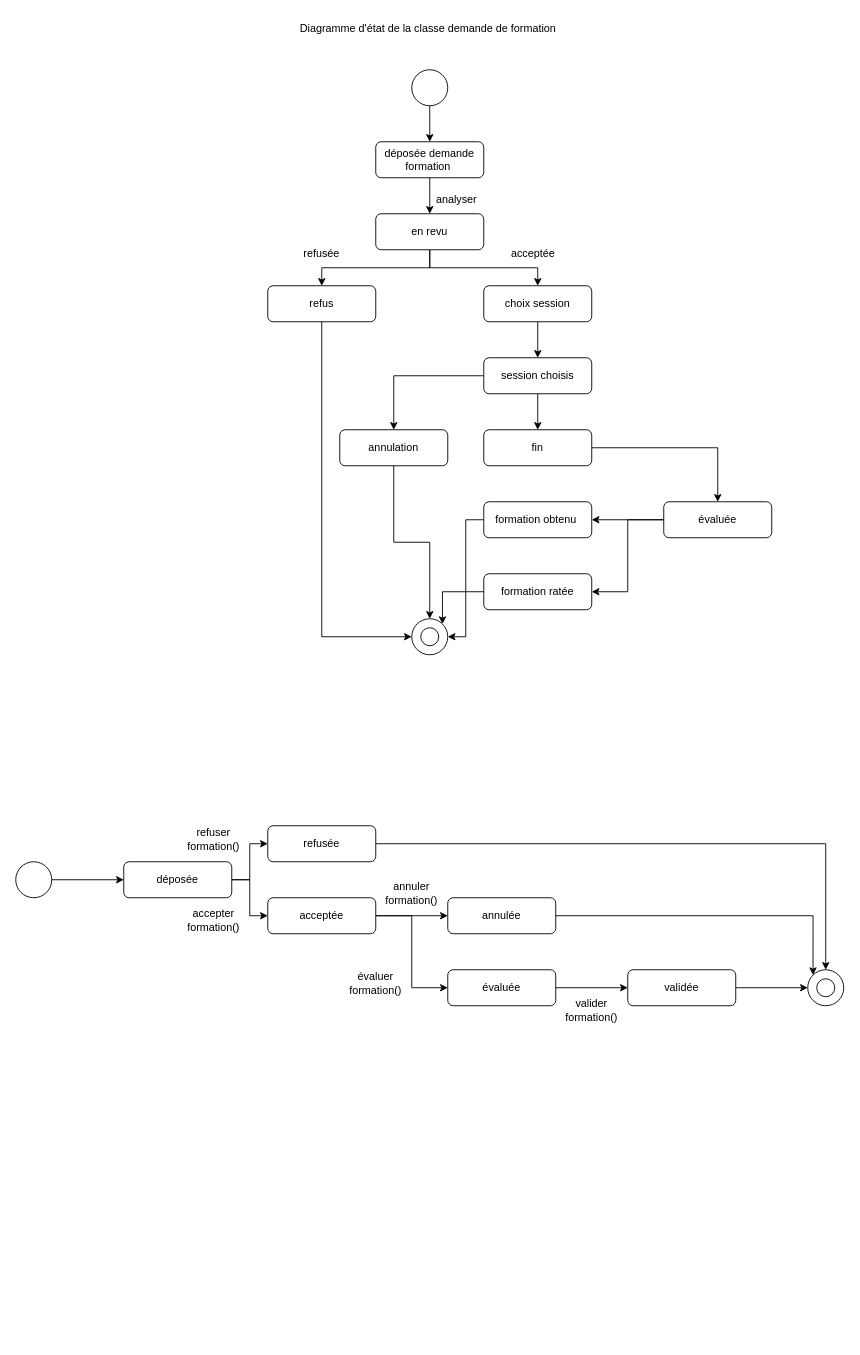
The draw.io diagram TD2/Exercice.II.4.3_Question_2.drawio in AlexisCou/Analyse, before the edit. Source tidied: cells renumbered, new cells numbered last; positions are measured from the earlier drawing's top-left corner, leaving out a move shared by most shapes. Both pictures are drawn from the tidied source at 90%, with x=0, y=0 at pixel (15, 15).
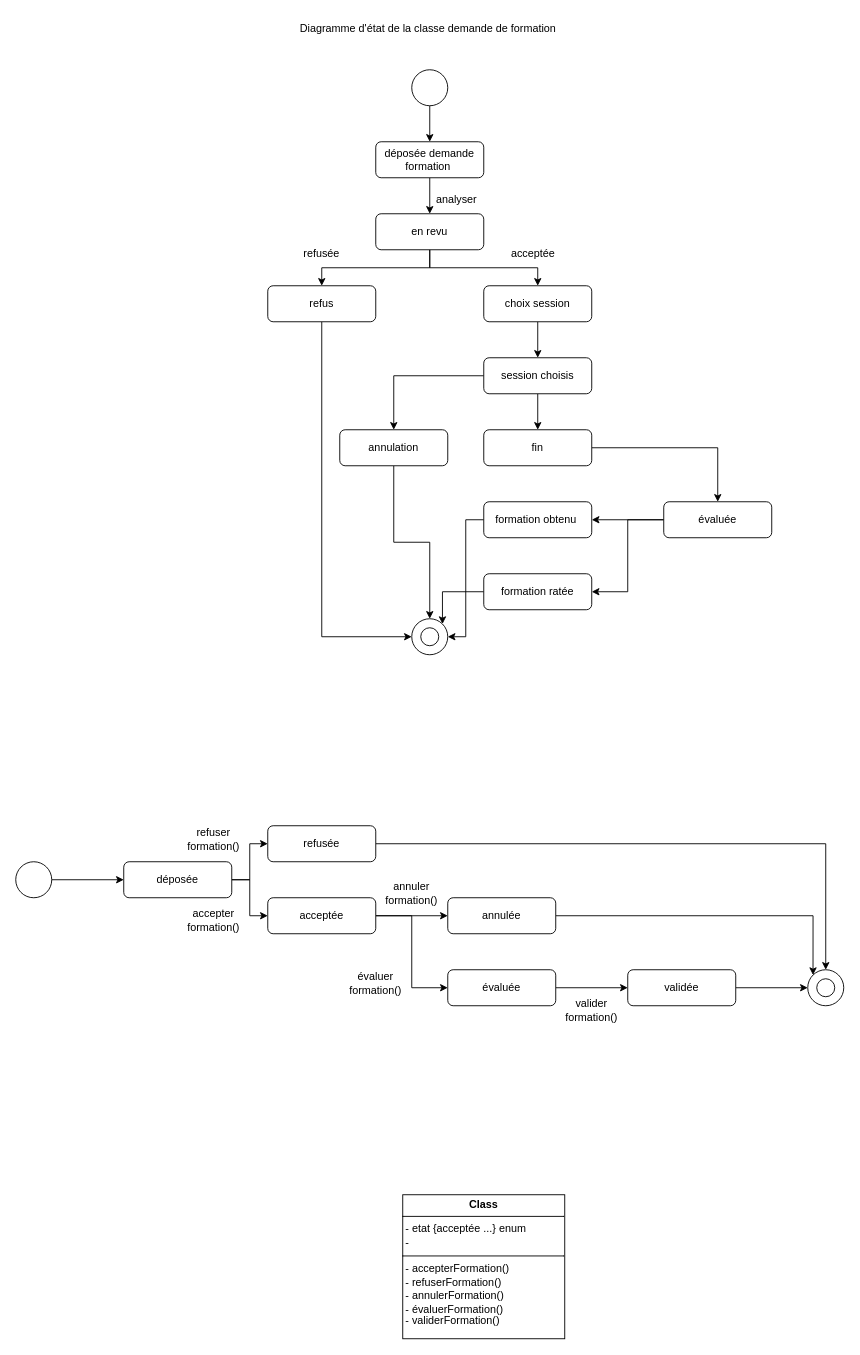
The same diagram, later.

Commit message (it also covers changes not shown here):
Mettre à jour Exercice.II.4.3_Question_2.drawio

Diff of the diagram source:
```diff
@@
+    <mxCell id="56" value="&lt;p style=&quot;margin:0px;margin-top:4px;text-align:center;&quot;&gt;&lt;b&gt;Class&lt;/b&gt;&lt;/p&gt;&lt;hr size=&quot;1&quot; style=&quot;border-style:solid;&quot;&gt;&amp;nbsp;- etat {acceptée ...} enum&lt;div&gt;&amp;nbsp;-&amp;nbsp;&lt;br&gt;&lt;div style=&quot;height:2px;&quot;&gt;&lt;br&gt;&lt;/div&gt;&lt;hr size=&quot;1&quot; style=&quot;border-style:solid;&quot;&gt;&lt;div style=&quot;height:2px;&quot;&gt;&amp;nbsp;- accepterFormation()&lt;/div&gt;&lt;/div&gt;&lt;div style=&quot;height:2px;&quot;&gt;&lt;br&gt;&lt;/div&gt;&lt;div style=&quot;height:2px;&quot;&gt;&amp;nbsp;&lt;/div&gt;&lt;div style=&quot;height:2px;&quot;&gt;&amp;nbsp;&lt;/div&gt;&lt;div style=&quot;height:2px;&quot;&gt;&lt;br&gt;&lt;/div&gt;&lt;div style=&quot;height:2px;&quot;&gt;&lt;br&gt;&lt;/div&gt;&lt;div style=&quot;height:2px;&quot;&gt;&lt;br&gt;&lt;/div&gt;&lt;div style=&quot;height:2px;&quot;&gt;&lt;br&gt;&lt;/div&gt;&lt;div style=&quot;height:2px;&quot;&gt;&amp;nbsp;- refuserFormation()&lt;/div&gt;&lt;div style=&quot;height:2px;&quot;&gt;&lt;br&gt;&lt;/div&gt;&lt;div style=&quot;height:2px;&quot;&gt;&lt;br&gt;&lt;/div&gt;&lt;div style=&quot;height:2px;&quot;&gt;&lt;br&gt;&lt;/div&gt;&lt;div style=&quot;height:2px;&quot;&gt;&lt;br&gt;&lt;/div&gt;&lt;div style=&quot;height:2px;&quot;&gt;&lt;br&gt;&lt;/div&gt;&lt;div style=&quot;height:2px;&quot;&gt;&lt;br&gt;&lt;/div&gt;&lt;div style=&quot;height:2px;&quot;&gt;&amp;nbsp;- annulerFormation()&lt;/div&gt;&lt;div style=&quot;height:2px;&quot;&gt;&lt;br&gt;&lt;/div&gt;&lt;div style=&quot;height:2px;&quot;&gt;&lt;br&gt;&lt;/div&gt;&lt;div style=&quot;height:2px;&quot;&gt;&lt;br&gt;&lt;/div&gt;&lt;div style=&quot;height:2px;&quot;&gt;&lt;br&gt;&lt;/div&gt;&lt;div style=&quot;height:2px;&quot;&gt;&lt;br&gt;&lt;/div&gt;&lt;div style=&quot;height:2px;&quot;&gt;&lt;br&gt;&lt;/div&gt;&lt;div style=&quot;height:2px;&quot;&gt;&lt;br&gt;&lt;/div&gt;&lt;div style=&quot;height:2px;&quot;&gt;&amp;nbsp;- évaluerFormation()&amp;nbsp;&lt;/div&gt;&lt;div style=&quot;height:2px;&quot;&gt;&lt;br&gt;&lt;/div&gt;&lt;div style=&quot;height:2px;&quot;&gt;&lt;br&gt;&lt;/div&gt;&lt;div style=&quot;height:2px;&quot;&gt;&lt;br&gt;&lt;/div&gt;&lt;div style=&quot;height:2px;&quot;&gt;&lt;br&gt;&lt;/div&gt;&lt;div style=&quot;height:2px;&quot;&gt;&lt;br&gt;&lt;/div&gt;&lt;div style=&quot;height:2px;&quot;&gt;&amp;nbsp;- validerFormation()&lt;/div&gt;" style="verticalAlign=top;align=left;overflow=fill;html=1;whiteSpace=wrap;" parent="1" vertex="1">
+      <mxGeometry x="430" y="1310" width="180" height="160" as="geometry" />
+    </mxCell>
```
